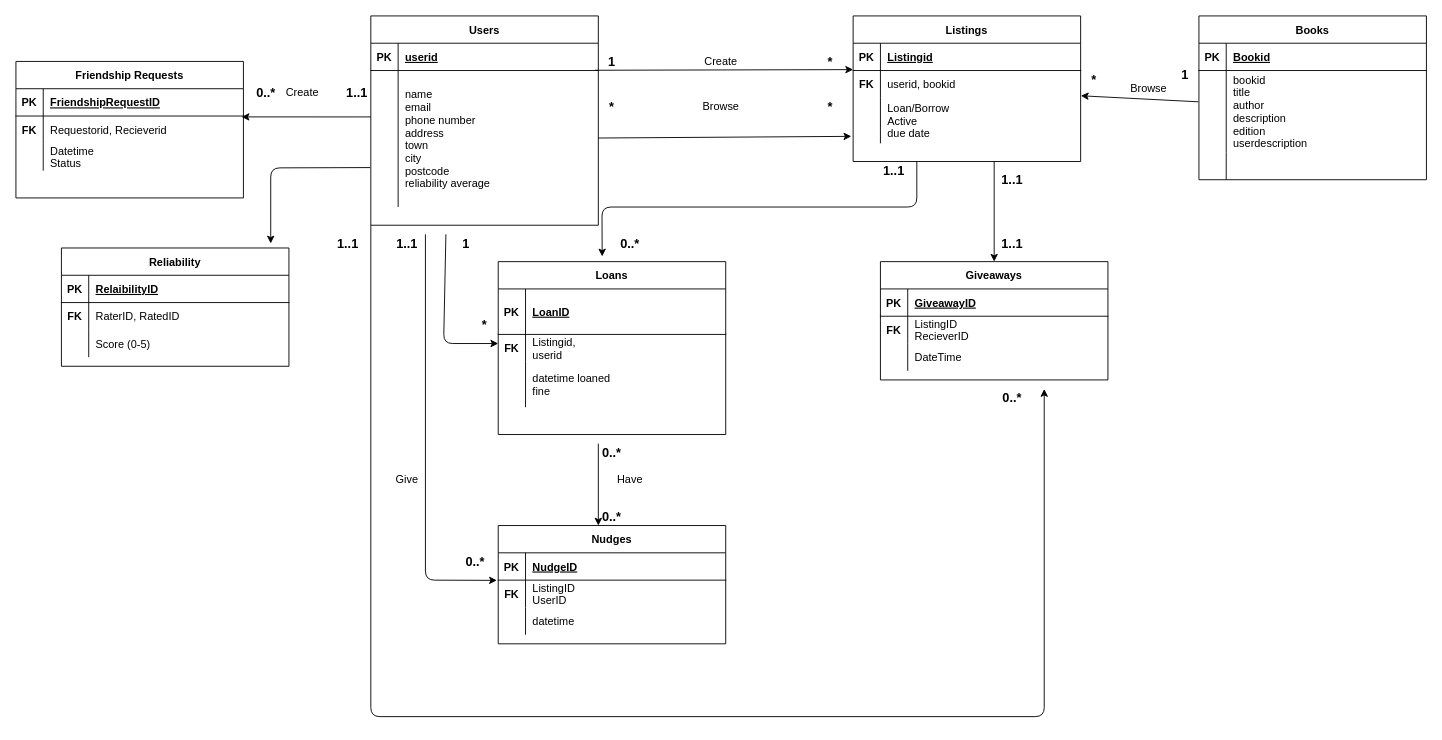
This is CourseworkER.drawio from willdonlan8/hello-world, a draw.io file, before an edit. Source tidied: cells renumbered, new cells numbered last; positions are measured from the earlier drawing's top-left corner, leaving out a move shared by most shapes. Both pictures are drawn from the tidied source at 91%, with x=0, y=0 at pixel (15, 15).
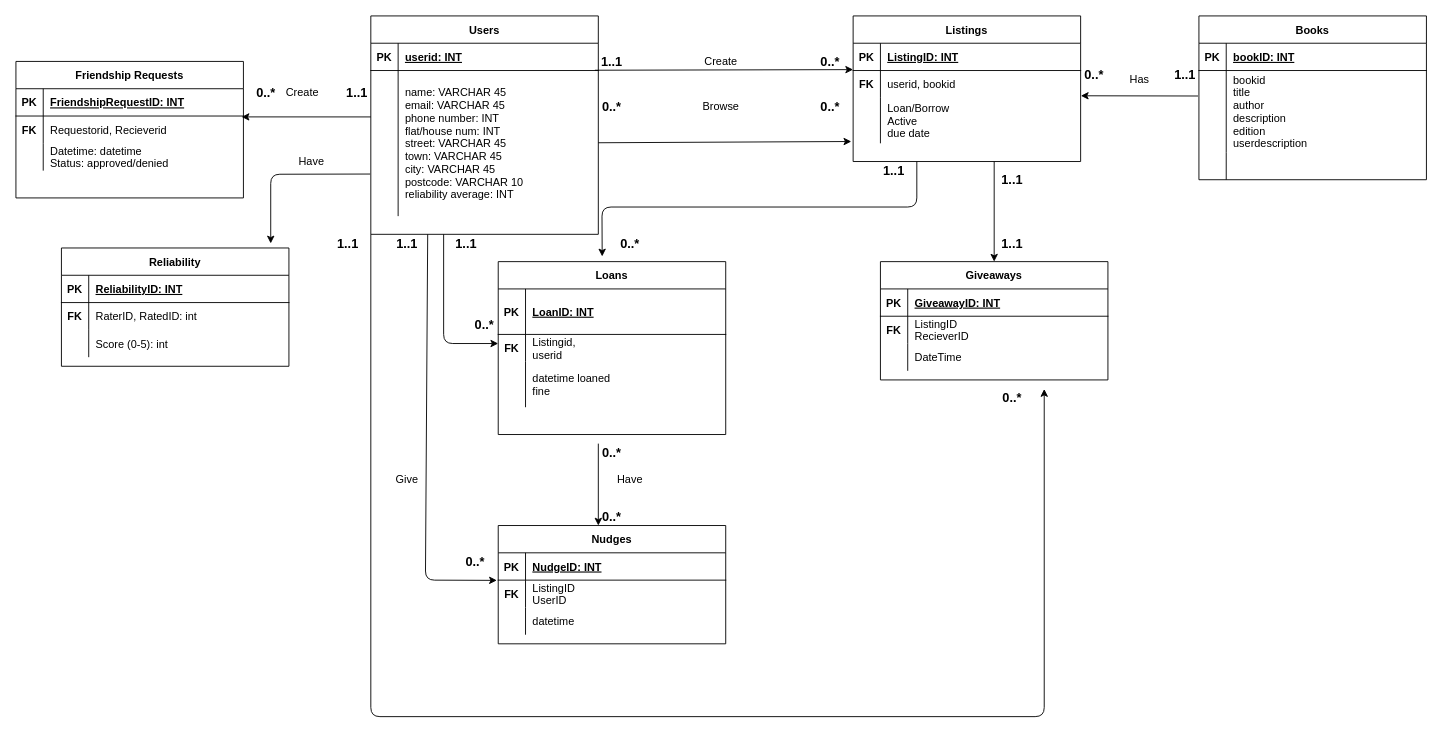
After the change.

Unchanged cells that the change refers to:
```xml
<mxCell id="3" style="shape=partialRectangle;fillColor=none;top=0;left=0;right=0;bottom=1;" parent="2" vertex="1">
  <mxGeometry y="30" width="250" height="30" as="geometry" />
</mxCell>
<mxCell id="6" style="shape=partialRectangle;fillColor=none;points=[[0,0.5],[1,0.5]];portConstraint=eastwest;top=0;left=0;right=0;bottom=0;" parent="2" vertex="1">
  <mxGeometry y="60" width="250" height="30" as="geometry" />
</mxCell>
<mxCell id="13" style="shape=partialRectangle;fillColor=none;top=0;left=0;right=0;bottom=1;" parent="12" vertex="1">
  <mxGeometry y="30" width="250" height="30" as="geometry" />
</mxCell>
<mxCell id="16" style="shape=partialRectangle;fillColor=none;points=[[0,0.5],[1,0.5]];portConstraint=eastwest;top=0;left=0;right=0;bottom=0;" parent="12" vertex="1">
  <mxGeometry y="60" width="250" height="90" as="geometry" />
</mxCell>
<mxCell id="23" style="shape=partialRectangle;fillColor=none;top=0;left=0;right=0;bottom=1;" parent="22" vertex="1">
  <mxGeometry y="30" width="250" height="30" as="geometry" />
</mxCell>
<mxCell id="30" style="shape=partialRectangle;fillColor=none;top=0;left=0;right=0;bottom=1;" parent="29" vertex="1">
  <mxGeometry y="30" width="250" height="30" as="geometry" />
</mxCell>
<mxCell id="36" style="shape=partialRectangle;fillColor=none;top=0;left=0;right=0;bottom=0;" parent="29" vertex="1">
  <mxGeometry y="90" width="250" height="30" as="geometry" />
</mxCell>
<mxCell id="40" style="shape=partialRectangle;fillColor=none;top=0;left=0;right=0;bottom=1;" parent="39" vertex="1">
  <mxGeometry y="30" width="250" height="50" as="geometry" />
</mxCell>
<mxCell id="50" style="shape=partialRectangle;fillColor=none;top=0;left=0;right=0;bottom=1;" parent="49" vertex="1">
  <mxGeometry y="30" width="250" height="30" as="geometry" />
</mxCell>
<mxCell id="60" style="shape=partialRectangle;fillColor=none;top=0;left=0;right=0;bottom=1;" parent="59" vertex="1">
  <mxGeometry y="30" width="250" height="30" as="geometry" />
</mxCell>
<mxCell id="66" style="shape=partialRectangle;fillColor=none;points=[[0,0.5],[1,0.5]];portConstraint=eastwest;top=0;left=0;right=0;bottom=0;" parent="59" vertex="1">
  <mxGeometry y="90" width="250" height="50" as="geometry" />
</mxCell>
<mxCell id="98" style="shape=partialRectangle;fillColor=none;top=0;left=0;right=0;bottom=1;" parent="97" vertex="1">
  <mxGeometry y="30" width="250" height="30" as="geometry" />
</mxCell>
<mxCell id="101" style="shape=partialRectangle;fillColor=none;top=0;left=0;right=0;bottom=0;" parent="97" vertex="1">
  <mxGeometry y="60" width="250" height="30" as="geometry" />
</mxCell>
<mxCell id="104" style="shape=partialRectangle;fillColor=none;top=0;left=0;right=0;bottom=0;" parent="97" vertex="1">
  <mxGeometry y="90" width="250" height="30" as="geometry" />
</mxCell>
```

What changed in the source:
```diff
@@
-    <mxCell id="5" value="NudgeID" style="shape=partialRectangle;overflow=hidden;fillColor=none;top=0;left=0;bottom=0;right=0;align=left;spacingLeft=6;fontStyle=5;" parent="3" vertex="1">
+    <mxCell id="5" value="NudgeID: INT" style="shape=partialRectangle;overflow=hidden;fillColor=none;top=0;left=0;bottom=0;right=0;align=left;spacingLeft=6;fontStyle=5;" parent="3" vertex="1">
       <mxGeometry x="30" width="220" height="30" as="geometry" />
     </mxCell>
@@
-    <mxCell id="15" value="Bookid" style="shape=partialRectangle;overflow=hidden;fillColor=none;top=0;left=0;bottom=0;right=0;align=left;spacingLeft=6;fontStyle=5;" parent="13" vertex="1">
+    <mxCell id="15" value="bookID: INT" style="shape=partialRectangle;overflow=hidden;fillColor=none;top=0;left=0;bottom=0;right=0;align=left;spacingLeft=6;fontStyle=5;" parent="13" vertex="1">
       <mxGeometry x="30" width="220" height="30" as="geometry" />
     </mxCell>
@@
     <mxCell id="22" value="Users" style="shape=table;startSize=30;childLayout=tableLayout;rowLines=0;fontStyle=1;align=center;" parent="1" vertex="1">
-      <mxGeometry x="390" width="250" height="230" as="geometry" />
+      <mxGeometry x="390" width="250" height="240" as="geometry" />
     </mxCell>
@@
-    <mxCell id="25" value="userid" style="shape=partialRectangle;overflow=hidden;fillColor=none;top=0;left=0;bottom=0;right=0;align=left;spacingLeft=6;fontStyle=5;" parent="23" vertex="1">
+    <mxCell id="25" value="userid: INT" style="shape=partialRectangle;overflow=hidden;fillColor=none;top=0;left=0;bottom=0;right=0;align=left;spacingLeft=6;fontStyle=5;" parent="23" vertex="1">
       <mxGeometry x="30" width="220" height="30" as="geometry" />
     </mxCell>
     <mxCell id="26" style="shape=partialRectangle;fillColor=none;points=[[0,0.5],[1,0.5]];portConstraint=eastwest;top=0;left=0;right=0;bottom=0;" parent="22" vertex="1">
-      <mxGeometry y="60" width="250" height="150" as="geometry" />
+      <mxGeometry y="60" width="250" height="160" as="geometry" />
     </mxCell>
     <mxCell id="27" style="shape=partialRectangle;overflow=hidden;fillColor=none;top=0;left=0;bottom=0;right=0;" parent="26" vertex="1">
-      <mxGeometry width="30" height="150" as="geometry" />
+      <mxGeometry width="30" height="160" as="geometry" />
     </mxCell>
-    <mxCell id="28" value="&#10;name&#10;email&#10;phone number&#10;address&#10;town&#10;city&#10;postcode&#10;reliability average&#10;" style="shape=partialRectangle;overflow=hidden;fillColor=none;top=0;left=0;bottom=0;right=0;align=left;spacingLeft=6;" parent="26" vertex="1">
-      <mxGeometry x="30" width="220" height="150" as="geometry" />
+    <mxCell id="28" value="&#10;name: VARCHAR 45&#10;email: VARCHAR 45&#10;phone number: INT&#10;flat/house num: INT&#10;street: VARCHAR 45&#10;town: VARCHAR 45&#10;city: VARCHAR 45&#10;postcode: VARCHAR 10&#10;reliability average: INT&#10;" style="shape=partialRectangle;overflow=hidden;fillColor=none;top=0;left=0;bottom=0;right=0;align=left;spacingLeft=6;" parent="26" vertex="1">
+      <mxGeometry x="30" width="220" height="160" as="geometry" />
     </mxCell>
@@
-    <mxCell id="32" value="FriendshipRequestID" style="shape=partialRectangle;overflow=hidden;fillColor=none;top=0;left=0;bottom=0;right=0;align=left;spacingLeft=6;fontStyle=5;" parent="30" vertex="1">
+    <mxCell id="32" value="FriendshipRequestID: INT" style="shape=partialRectangle;overflow=hidden;fillColor=none;top=0;left=0;bottom=0;right=0;align=left;spacingLeft=6;fontStyle=5;" parent="30" vertex="1">
       <mxGeometry x="30" width="220" height="30" as="geometry" />
     </mxCell>
@@
-    <mxCell id="38" value="Datetime&#10;Status" style="shape=partialRectangle;overflow=hidden;fillColor=none;top=0;left=0;bottom=0;right=0;align=left;spacingLeft=6;" parent="36" vertex="1">
+    <mxCell id="38" value="Datetime: datetime&#10;Status: approved/denied" style="shape=partialRectangle;overflow=hidden;fillColor=none;top=0;left=0;bottom=0;right=0;align=left;spacingLeft=6;" parent="36" vertex="1">
       <mxGeometry x="30" width="220" height="30" as="geometry" />
     </mxCell>
@@
-    <mxCell id="42" value="LoanID" style="shape=partialRectangle;overflow=hidden;fillColor=none;top=0;left=0;bottom=0;right=0;align=left;spacingLeft=6;fontStyle=5;" parent="40" vertex="1">
+    <mxCell id="42" value="LoanID: INT" style="shape=partialRectangle;overflow=hidden;fillColor=none;top=0;left=0;bottom=0;right=0;align=left;spacingLeft=6;fontStyle=5;" parent="40" vertex="1">
       <mxGeometry x="30" width="220" height="50" as="geometry" />
     </mxCell>
@@
-    <mxCell id="52" value="GiveawayID" style="shape=partialRectangle;overflow=hidden;fillColor=none;top=0;left=0;bottom=0;right=0;align=left;spacingLeft=6;fontStyle=5;" parent="50" vertex="1">
+    <mxCell id="52" value="GiveawayID: INT" style="shape=partialRectangle;overflow=hidden;fillColor=none;top=0;left=0;bottom=0;right=0;align=left;spacingLeft=6;fontStyle=5;" parent="50" vertex="1">
       <mxGeometry x="30" width="220" height="30" as="geometry" />
     </mxCell>
@@
-    <mxCell id="62" value="Listingid" style="shape=partialRectangle;overflow=hidden;fillColor=none;top=0;left=0;bottom=0;right=0;align=left;spacingLeft=6;fontStyle=5;" parent="60" vertex="1">
+    <mxCell id="62" value="ListingID: INT" style="shape=partialRectangle;overflow=hidden;fillColor=none;top=0;left=0;bottom=0;right=0;align=left;spacingLeft=6;fontStyle=5;" parent="60" vertex="1">
       <mxGeometry x="30" width="220" height="30" as="geometry" />
     </mxCell>
@@
-    <mxCell id="69" style="endArrow=classic;html=1;entryX=-0.008;entryY=0.847;entryDx=0;entryDy=0;entryPerimeter=0;" parent="1" edge="1" source="26" target="66">
-      <mxGeometry relative="1" as="geometry" />
+    <mxCell id="69" style="endArrow=classic;html=1;" parent="1" edge="1" source="26">
+      <mxGeometry relative="1" as="geometry">
+        <mxPoint x="918" y="138" as="targetPoint" />
+      </mxGeometry>
     </mxCell>
@@
-    <mxCell id="73" value="&lt;b&gt;&lt;font style=&quot;font-size: 14px&quot;&gt;*&lt;/font&gt;&lt;/b&gt;" style="text;html=1;strokeColor=none;fillColor=none;align=center;verticalAlign=middle;whiteSpace=wrap;rounded=0;" parent="1" vertex="1">
+    <mxCell id="73" value="&lt;b&gt;&lt;font style=&quot;font-size: 14px&quot;&gt;0..*&lt;/font&gt;&lt;/b&gt;" style="text;html=1;strokeColor=none;fillColor=none;align=center;verticalAlign=middle;whiteSpace=wrap;rounded=0;" parent="1" vertex="1">
       <mxGeometry x="850" y="90" width="90" height="20" as="geometry" />
     </mxCell>
-    <mxCell id="74" value="&lt;font style=&quot;font-size: 14px&quot;&gt;&lt;b&gt;*&lt;/b&gt;&lt;/font&gt;" style="text;html=1;strokeColor=none;fillColor=none;align=center;verticalAlign=middle;whiteSpace=wrap;rounded=0;" parent="1" vertex="1">
+    <mxCell id="74" value="&lt;font style=&quot;font-size: 14px&quot;&gt;&lt;b&gt;0..*&lt;/b&gt;&lt;/font&gt;" style="text;html=1;strokeColor=none;fillColor=none;align=center;verticalAlign=middle;whiteSpace=wrap;rounded=0;" parent="1" vertex="1">
       <mxGeometry x="610" y="90" width="90" height="20" as="geometry" />
     </mxCell>
-    <mxCell id="75" value="&lt;font style=&quot;font-size: 14px&quot;&gt;&lt;b&gt;*&lt;/b&gt;&lt;/font&gt;" style="text;html=1;strokeColor=none;fillColor=none;align=center;verticalAlign=middle;whiteSpace=wrap;rounded=0;" parent="1" vertex="1">
+    <mxCell id="75" value="&lt;font style=&quot;font-size: 14px&quot;&gt;&lt;b&gt;0..*&lt;/b&gt;&lt;/font&gt;" style="text;html=1;strokeColor=none;fillColor=none;align=center;verticalAlign=middle;whiteSpace=wrap;rounded=0;" parent="1" vertex="1">
       <mxGeometry x="850" y="40" width="90" height="20" as="geometry" />
     </mxCell>
-    <mxCell id="76" value="&lt;b&gt;&lt;font style=&quot;font-size: 14px&quot;&gt;1&lt;/font&gt;&lt;/b&gt;" style="text;html=1;strokeColor=none;fillColor=none;align=center;verticalAlign=middle;whiteSpace=wrap;rounded=0;" parent="1" vertex="1">
+    <mxCell id="76" value="&lt;b&gt;&lt;font style=&quot;font-size: 14px&quot;&gt;1..1&lt;/font&gt;&lt;/b&gt;" style="text;html=1;strokeColor=none;fillColor=none;align=center;verticalAlign=middle;whiteSpace=wrap;rounded=0;" parent="1" vertex="1">
       <mxGeometry x="610" y="40" width="90" height="20" as="geometry" />
     </mxCell>
@@
-    <mxCell id="81" style="endArrow=classic;html=1;exitX=-0.003;exitY=0.382;exitDx=0;exitDy=0;exitPerimeter=0;entryX=1.001;entryY=-0.045;entryDx=0;entryDy=0;entryPerimeter=0;" parent="1" edge="1" source="16" target="66">
-      <mxGeometry relative="1" as="geometry" />
+    <mxCell id="81" style="endArrow=classic;html=1;entryX=1.001;entryY=-0.045;entryDx=0;entryDy=0;entryPerimeter=0;" parent="1" edge="1" target="66">
+      <mxGeometry relative="1" as="geometry">
+        <mxPoint x="1299" y="88" as="sourcePoint" />
+      </mxGeometry>
     </mxCell>
-    <mxCell id="82" value="Browse" style="text;html=1;strokeColor=none;fillColor=none;align=center;verticalAlign=middle;whiteSpace=wrap;rounded=0;" parent="1" vertex="1">
-      <mxGeometry x="1200" y="70" width="90" height="20" as="geometry" />
+    <mxCell id="82" value="Has" style="text;html=1;strokeColor=none;fillColor=none;align=center;verticalAlign=middle;whiteSpace=wrap;rounded=0;" parent="1" vertex="1">
+      <mxGeometry x="1190" y="60" width="90" height="20" as="geometry" />
     </mxCell>
@@
-    <mxCell id="93" style="endArrow=classic;html=1;entryX=-0.006;entryY=0.009;entryDx=0;entryDy=0;entryPerimeter=0;exitX=0;exitY=0;exitDx=0;exitDy=0;" parent="1" edge="1" source="112" target="6">
+    <mxCell id="93" style="endArrow=classic;html=1;entryX=-0.006;entryY=0.009;entryDx=0;entryDy=0;entryPerimeter=0;exitX=0.25;exitY=1;exitDx=0;exitDy=0;" parent="1" edge="1" source="22" target="6">
       <mxGeometry relative="1" as="geometry">
         <Array as="points">
           <mxPoint x="450" y="620" />
         </Array>
       </mxGeometry>
     </mxCell>
@@
-    <mxCell id="100" value="RelaibilityID" style="shape=partialRectangle;overflow=hidden;fillColor=none;top=0;left=0;bottom=0;right=0;align=left;spacingLeft=6;fontStyle=5;" parent="98" vertex="1">
+    <mxCell id="100" value="ReliabilityID: INT" style="shape=partialRectangle;overflow=hidden;fillColor=none;top=0;left=0;bottom=0;right=0;align=left;spacingLeft=6;fontStyle=5;" parent="98" vertex="1">
       <mxGeometry x="30" width="220" height="30" as="geometry" />
     </mxCell>
@@
-    <mxCell id="103" value="RaterID, RatedID" style="shape=partialRectangle;overflow=hidden;fillColor=none;top=0;left=0;bottom=0;right=0;align=left;spacingLeft=6;" parent="101" vertex="1">
+    <mxCell id="103" value="RaterID, RatedID: int" style="shape=partialRectangle;overflow=hidden;fillColor=none;top=0;left=0;bottom=0;right=0;align=left;spacingLeft=6;" parent="101" vertex="1">
       <mxGeometry x="30" width="220" height="30" as="geometry" />
     </mxCell>
@@
-    <mxCell id="106" value="Score (0-5)" style="shape=partialRectangle;overflow=hidden;fillColor=none;top=0;left=0;bottom=0;right=0;align=left;spacingLeft=6;" parent="104" vertex="1">
+    <mxCell id="106" value="Score (0-5): int" style="shape=partialRectangle;overflow=hidden;fillColor=none;top=0;left=0;bottom=0;right=0;align=left;spacingLeft=6;" parent="104" vertex="1">
       <mxGeometry x="30" width="220" height="30" as="geometry" />
     </mxCell>
     <mxCell id="107" style="endArrow=classic;html=1;exitX=-0.003;exitY=0.711;exitDx=0;exitDy=0;exitPerimeter=0;" parent="1" edge="1" source="26">
       <mxGeometry relative="1" as="geometry">
         <mxPoint x="280" y="250" as="targetPoint" />
         <Array as="points">
-          <mxPoint x="280" y="167" />
+          <mxPoint x="280" y="174" />
         </Array>
       </mxGeometry>
     </mxCell>
-    <mxCell id="108" value="&lt;b&gt;&lt;font style=&quot;font-size: 14px&quot;&gt;1&lt;/font&gt;&lt;/b&gt;" style="text;html=1;strokeColor=none;fillColor=none;align=center;verticalAlign=middle;whiteSpace=wrap;rounded=0;" parent="1" vertex="1">
+    <mxCell id="108" value="&lt;b&gt;&lt;font style=&quot;font-size: 14px&quot;&gt;1..1&lt;/font&gt;&lt;/b&gt;" style="text;html=1;strokeColor=none;fillColor=none;align=center;verticalAlign=middle;whiteSpace=wrap;rounded=0;" parent="1" vertex="1">
       <mxGeometry x="1240" y="55" width="90" height="20" as="geometry" />
     </mxCell>
-    <mxCell id="109" value="&lt;font style=&quot;font-size: 14px&quot;&gt;&lt;b&gt;*&lt;/b&gt;&lt;/font&gt;" style="text;html=1;strokeColor=none;fillColor=none;align=center;verticalAlign=middle;whiteSpace=wrap;rounded=0;" parent="1" vertex="1">
-      <mxGeometry x="1140" y="60" width="90" height="20" as="geometry" />
+    <mxCell id="109" value="&lt;font style=&quot;font-size: 14px&quot;&gt;&lt;b&gt;0..*&lt;/b&gt;&lt;/font&gt;" style="text;html=1;strokeColor=none;fillColor=none;align=center;verticalAlign=middle;whiteSpace=wrap;rounded=0;" parent="1" vertex="1">
+      <mxGeometry x="1140" y="55" width="90" height="20" as="geometry" />
     </mxCell>
@@
-    <mxCell id="111" style="endArrow=classic;html=1;exitX=0.25;exitY=0;exitDx=0;exitDy=0;" parent="1" edge="1" source="112">
+    <mxCell id="111" style="endArrow=classic;html=1;" parent="1" edge="1">
       <mxGeometry relative="1" as="geometry">
+        <mxPoint x="470" y="240" as="sourcePoint" />
         <mxPoint x="530" y="360" as="targetPoint" />
         <Array as="points">
           <mxPoint x="470" y="360" />
         </Array>
       </mxGeometry>
     </mxCell>
-    <mxCell id="112" value="&lt;span style=&quot;font-size: 14px&quot;&gt;&lt;b&gt;1&lt;/b&gt;&lt;/span&gt;" style="text;html=1;strokeColor=none;fillColor=none;align=center;verticalAlign=middle;whiteSpace=wrap;rounded=0;" parent="1" vertex="1">
+    <mxCell id="112" value="&lt;span style=&quot;font-size: 14px&quot;&gt;&lt;b&gt;1..1&lt;/b&gt;&lt;/span&gt;" style="text;html=1;strokeColor=none;fillColor=none;align=center;verticalAlign=middle;whiteSpace=wrap;rounded=0;" parent="1" vertex="1">
       <mxGeometry x="450" y="240" width="90" height="20" as="geometry" />
     </mxCell>
-    <mxCell id="113" value="&lt;b&gt;&lt;font style=&quot;font-size: 14px&quot;&gt;*&lt;/font&gt;&lt;/b&gt;" style="text;html=1;strokeColor=none;fillColor=none;align=center;verticalAlign=middle;whiteSpace=wrap;rounded=0;" parent="1" vertex="1">
+    <mxCell id="113" value="&lt;b&gt;&lt;font style=&quot;font-size: 14px&quot;&gt;0..*&lt;/font&gt;&lt;/b&gt;" style="text;html=1;strokeColor=none;fillColor=none;align=center;verticalAlign=middle;whiteSpace=wrap;rounded=0;" parent="1" vertex="1">
       <mxGeometry x="470" y="330" width="90" height="20" as="geometry" />
     </mxCell>
@@
+    <mxCell id="117" value="Have" style="text;html=1;strokeColor=none;fillColor=none;align=center;verticalAlign=middle;whiteSpace=wrap;rounded=0;" parent="1" vertex="1">
+      <mxGeometry x="280" y="150" width="90" height="20" as="geometry" />
+    </mxCell>
```
